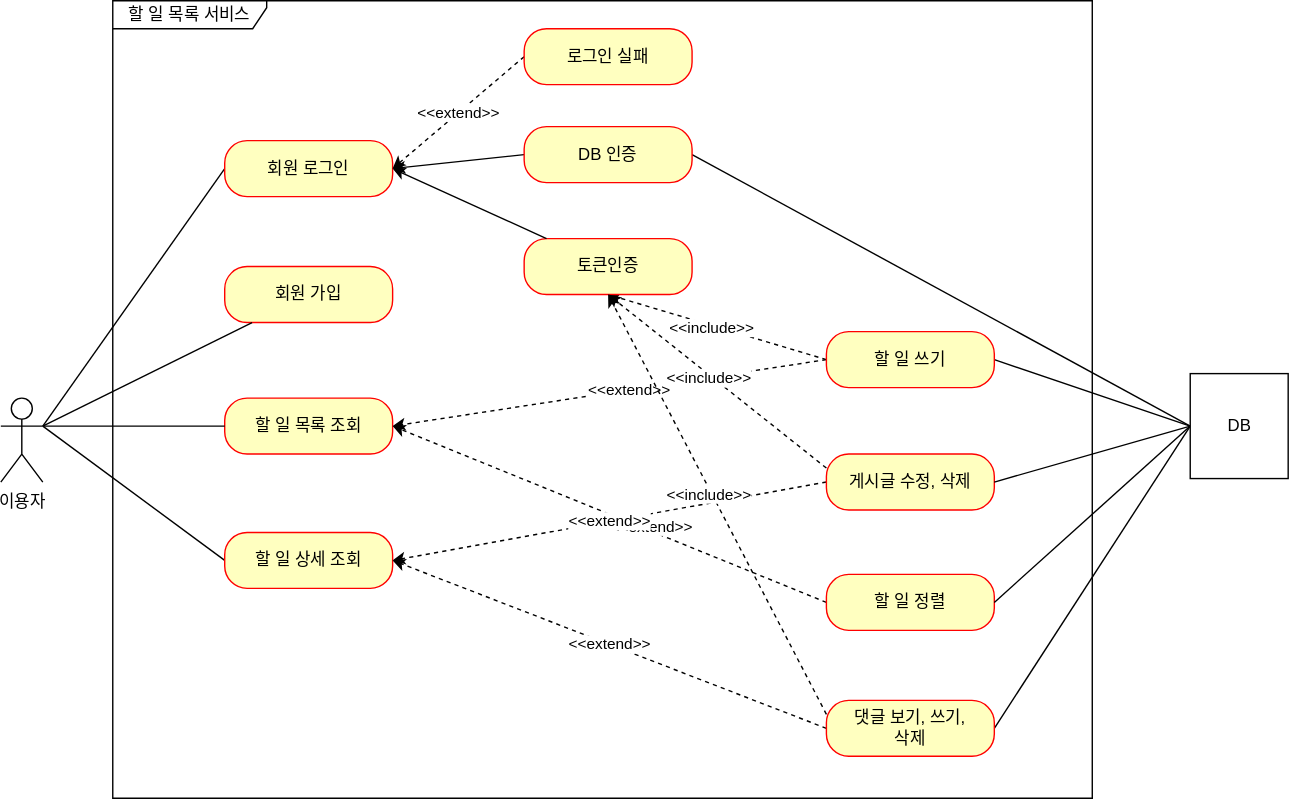
The draw.io diagram document/to-do-list-use-case.svg in Kminss/to-do-list, before a commit. Source tidied: cells renumbered, new cells last; positions are measured from the earlier drawing's top-left corner, leaving out a move shared by most shapes. Source of this version:
```xml
<mxGraphModel>
  <root>
    <mxCell id="0" />
    <mxCell id="1" parent="0" />
    <mxCell id="2" value="이용자" style="shape=umlActor;verticalLabelPosition=bottom;verticalAlign=top;html=1;" parent="1" vertex="1">
      <mxGeometry y="284" width="30" height="60" as="geometry" />
    </mxCell>
    <mxCell id="3" value="할 일 목록 서비스" style="shape=umlFrame;whiteSpace=wrap;html=1;width=110;height=20;" parent="1" vertex="1">
      <mxGeometry x="80" width="700" height="570" as="geometry" />
    </mxCell>
    <mxCell id="4" value="할 일 목록 조회" style="rounded=1;whiteSpace=wrap;html=1;arcSize=40;fontColor=#000000;fillColor=#ffffc0;strokeColor=#ff0000;" parent="1" vertex="1">
      <mxGeometry x="160" y="284" width="120" height="40" as="geometry" />
    </mxCell>
    <mxCell id="5" style="edgeStyle=none;rounded=0;jettySize=auto;html=1;entryX=1;entryY=0.3333333333333333;entryDx=0;entryDy=0;entryPerimeter=0;endArrow=none;endFill=0;" parent="1" edge="1" source="4" target="2">
      <mxGeometry relative="1" as="geometry" />
    </mxCell>
    <mxCell id="6" style="edgeStyle=none;rounded=0;jettySize=auto;html=1;exitX=0;exitY=0.5;exitDx=0;exitDy=0;endArrow=none;endFill=0;" parent="1" edge="1" source="7">
      <mxGeometry relative="1" as="geometry">
        <mxPoint x="30" y="304" as="targetPoint" />
      </mxGeometry>
    </mxCell>
    <mxCell id="7" value="할 일 상세 조회" style="rounded=1;whiteSpace=wrap;html=1;arcSize=40;fontColor=#000000;fillColor=#ffffc0;strokeColor=#ff0000;" parent="1" vertex="1">
      <mxGeometry x="160" y="380" width="120" height="40" as="geometry" />
    </mxCell>
    <mxCell id="8" style="edgeStyle=none;rounded=0;jettySize=auto;html=1;exitX=0;exitY=0.5;exitDx=0;exitDy=0;endArrow=none;endFill=0;" parent="1" edge="1" source="9">
      <mxGeometry relative="1" as="geometry">
        <mxPoint x="30" y="304" as="targetPoint" />
      </mxGeometry>
    </mxCell>
    <mxCell id="9" value="회원 로그인" style="rounded=1;whiteSpace=wrap;html=1;arcSize=40;fontColor=#000000;fillColor=#ffffc0;strokeColor=#ff0000;" parent="1" vertex="1">
      <mxGeometry x="160" y="100" width="120" height="40" as="geometry" />
    </mxCell>
    <mxCell id="10" style="edgeStyle=none;rounded=0;jettySize=auto;html=1;exitX=1;exitY=0.5;exitDx=0;exitDy=0;entryX=0;entryY=0.5;entryDx=0;entryDy=0;endArrow=none;endFill=0;" parent="1" edge="1" source="12" target="27">
      <mxGeometry relative="1" as="geometry" />
    </mxCell>
    <mxCell id="11" style="edgeStyle=none;rounded=0;jettySize=auto;html=1;exitX=0;exitY=0.5;exitDx=0;exitDy=0;entryX=1;entryY=0.5;entryDx=0;entryDy=0;endArrow=classic;endFill=1;" parent="1" edge="1" source="12" target="9">
      <mxGeometry relative="1" as="geometry" />
    </mxCell>
    <mxCell id="12" value="DB 인증" style="rounded=1;whiteSpace=wrap;html=1;arcSize=40;fontColor=#000000;fillColor=#ffffc0;strokeColor=#ff0000;" parent="1" vertex="1">
      <mxGeometry x="374" y="90" width="120" height="40" as="geometry" />
    </mxCell>
    <mxCell id="13" value="&amp;lt;&amp;lt;extend&amp;gt;&amp;gt;" style="edgeStyle=none;rounded=0;jettySize=auto;html=1;exitX=0;exitY=0.5;exitDx=0;exitDy=0;entryX=1;entryY=0.5;entryDx=0;entryDy=0;endArrow=classic;endFill=1;dashed=1;" parent="1" edge="1" source="14" target="9">
      <mxGeometry relative="1" as="geometry" />
    </mxCell>
    <mxCell id="14" value="로그인 실패" style="rounded=1;whiteSpace=wrap;html=1;arcSize=40;fontColor=#000000;fillColor=#ffffc0;strokeColor=#ff0000;" parent="1" vertex="1">
      <mxGeometry x="374" y="20" width="120" height="40" as="geometry" />
    </mxCell>
    <mxCell id="15" style="edgeStyle=none;rounded=0;jettySize=auto;html=1;exitX=0;exitY=0.5;exitDx=0;exitDy=0;entryX=1;entryY=0.5;entryDx=0;entryDy=0;dashed=1;endArrow=classic;endFill=1;" parent="1" edge="1" source="17" target="4">
      <mxGeometry relative="1" as="geometry" />
    </mxCell>
    <mxCell id="16" value="&amp;lt;&amp;lt;extend&amp;gt;&amp;gt;" style="edgeLabel;html=1;align=center;verticalAlign=middle;" parent="15" vertex="1">
      <mxGeometry x="-0.18" y="-3" relative="1" as="geometry" />
    </mxCell>
    <mxCell id="17" value="할 일 정렬" style="rounded=1;whiteSpace=wrap;html=1;arcSize=40;fontColor=#000000;fillColor=#ffffc0;strokeColor=#ff0000;" parent="1" vertex="1">
      <mxGeometry x="590" y="410" width="120" height="40" as="geometry" />
    </mxCell>
    <mxCell id="18" value="&amp;lt;&amp;lt;extend&amp;gt;&amp;gt;" style="edgeStyle=none;rounded=0;jettySize=auto;html=1;exitX=0;exitY=0.5;exitDx=0;exitDy=0;entryX=1;entryY=0.5;entryDx=0;entryDy=0;dashed=1;endArrow=classic;endFill=1;" parent="1" edge="1" source="19" target="7">
      <mxGeometry relative="1" as="geometry" />
    </mxCell>
    <mxCell id="19" value="게시글 수정, 삭제" style="rounded=1;whiteSpace=wrap;html=1;arcSize=40;fontColor=#000000;fillColor=#ffffc0;strokeColor=#ff0000;" parent="1" vertex="1">
      <mxGeometry x="590" y="324" width="120" height="40" as="geometry" />
    </mxCell>
    <mxCell id="20" style="edgeStyle=none;rounded=0;jettySize=auto;html=1;exitX=0;exitY=0.5;exitDx=0;exitDy=0;dashed=1;endArrow=classic;endFill=1;entryX=1;entryY=0.5;entryDx=0;entryDy=0;" parent="1" edge="1" source="23" target="7">
      <mxGeometry relative="1" as="geometry" />
    </mxCell>
    <mxCell id="21" value="&amp;lt;&amp;lt;extend&amp;gt;&amp;gt;" style="edgeLabel;html=1;align=center;verticalAlign=middle;" parent="20" vertex="1">
      <mxGeometry x="0.01" relative="1" as="geometry" />
    </mxCell>
    <mxCell id="22" style="edgeStyle=none;rounded=0;jettySize=auto;html=1;exitX=1;exitY=0.5;exitDx=0;exitDy=0;endArrow=none;endFill=0;entryX=0;entryY=0.5;entryDx=0;entryDy=0;" parent="1" edge="1" source="23" target="27">
      <mxGeometry relative="1" as="geometry" />
    </mxCell>
    <mxCell id="23" value="댓글 보기, 쓰기,&lt;br&gt;삭제" style="rounded=1;whiteSpace=wrap;html=1;arcSize=40;fontColor=#000000;fillColor=#ffffc0;strokeColor=#ff0000;" parent="1" vertex="1">
      <mxGeometry x="590" y="500" width="120" height="40" as="geometry" />
    </mxCell>
    <mxCell id="24" style="edgeStyle=none;rounded=0;jettySize=auto;html=1;exitX=0;exitY=0.5;exitDx=0;exitDy=0;entryX=1;entryY=0.5;entryDx=0;entryDy=0;endArrow=none;endFill=0;" parent="1" edge="1" source="27" target="19">
      <mxGeometry relative="1" as="geometry" />
    </mxCell>
    <mxCell id="25" style="edgeStyle=none;rounded=0;jettySize=auto;html=1;exitX=0;exitY=0.5;exitDx=0;exitDy=0;entryX=1;entryY=0.5;entryDx=0;entryDy=0;endArrow=none;endFill=0;" parent="1" edge="1" source="27" target="17">
      <mxGeometry relative="1" as="geometry" />
    </mxCell>
    <mxCell id="26" style="edgeStyle=none;rounded=0;jettySize=auto;html=1;exitX=0;exitY=0.5;exitDx=0;exitDy=0;entryX=1;entryY=0.5;entryDx=0;entryDy=0;endArrow=none;endFill=0;" parent="1" edge="1" source="27" target="33">
      <mxGeometry relative="1" as="geometry" />
    </mxCell>
    <mxCell id="27" value="DB" style="html=1;" parent="1" vertex="1">
      <mxGeometry x="850" y="266.5" width="70" height="75" as="geometry" />
    </mxCell>
    <mxCell id="28" style="edgeStyle=none;rounded=0;orthogonalLoop=1;jettySize=auto;html=1;exitX=0;exitY=0.5;exitDx=0;exitDy=0;" parent="1" edge="1">
      <mxGeometry relative="1" as="geometry">
        <mxPoint x="600" y="478" as="sourcePoint" />
        <mxPoint x="600" y="478" as="targetPoint" />
      </mxGeometry>
    </mxCell>
    <mxCell id="29" style="edgeStyle=none;rounded=0;jettySize=auto;html=1;exitX=0;exitY=0.5;exitDx=0;exitDy=0;entryX=1;entryY=0.5;entryDx=0;entryDy=0;dashed=1;" parent="1" edge="1" source="33" target="4">
      <mxGeometry relative="1" as="geometry" />
    </mxCell>
    <mxCell id="30" value="&amp;lt;&amp;lt;extend&amp;gt;&amp;gt;" style="edgeLabel;html=1;align=center;verticalAlign=middle;" parent="29" vertex="1">
      <mxGeometry x="-0.09" y="-1" relative="1" as="geometry" />
    </mxCell>
    <mxCell id="31" style="edgeStyle=none;rounded=0;jettySize=auto;html=1;exitX=0;exitY=0.5;exitDx=0;exitDy=0;endArrow=classic;endFill=1;dashed=1;entryX=0.5;entryY=1;entryDx=0;entryDy=0;" parent="1" edge="1" source="33" target="36">
      <mxGeometry relative="1" as="geometry" />
    </mxCell>
    <mxCell id="32" value="&amp;lt;&amp;lt;include&amp;gt;&amp;gt;" style="edgeLabel;html=1;align=center;verticalAlign=middle;" parent="31" vertex="1">
      <mxGeometry x="0.06" y="2" relative="1" as="geometry" />
    </mxCell>
    <mxCell id="33" value="할 일 쓰기" style="rounded=1;whiteSpace=wrap;html=1;arcSize=40;fontColor=#000000;fillColor=#ffffc0;strokeColor=#ff0000;" parent="1" vertex="1">
      <mxGeometry x="590" y="236.5" width="120" height="40" as="geometry" />
    </mxCell>
    <mxCell id="34" value="회원 가입" style="rounded=1;whiteSpace=wrap;html=1;arcSize=40;fontColor=#000000;fillColor=#ffffc0;strokeColor=#ff0000;" parent="1" vertex="1">
      <mxGeometry x="160" y="190" width="120" height="40" as="geometry" />
    </mxCell>
    <mxCell id="35" style="edgeStyle=none;rounded=0;jettySize=auto;html=1;entryX=1;entryY=0.3333333333333333;entryDx=0;entryDy=0;entryPerimeter=0;endArrow=none;endFill=0;" parent="1" edge="1" source="34" target="2">
      <mxGeometry relative="1" as="geometry" />
    </mxCell>
    <mxCell id="36" value="토큰인증" style="rounded=1;whiteSpace=wrap;html=1;arcSize=40;fontColor=#000000;fillColor=#ffffc0;strokeColor=#ff0000;" parent="1" vertex="1">
      <mxGeometry x="374" y="170" width="120" height="40" as="geometry" />
    </mxCell>
    <mxCell id="37" style="edgeStyle=none;rounded=0;jettySize=auto;html=1;endArrow=classic;endFill=1;entryX=1;entryY=0.5;entryDx=0;entryDy=0;" parent="1" edge="1" source="36" target="9">
      <mxGeometry relative="1" as="geometry" />
    </mxCell>
    <mxCell id="38" style="edgeStyle=none;rounded=0;jettySize=auto;html=1;endArrow=classic;endFill=1;dashed=1;exitX=0;exitY=0.25;exitDx=0;exitDy=0;entryX=0.5;entryY=1;entryDx=0;entryDy=0;" parent="1" edge="1" source="19" target="36">
      <mxGeometry relative="1" as="geometry" />
    </mxCell>
    <mxCell id="39" value="&amp;lt;&amp;lt;include&amp;gt;&amp;gt;" style="edgeLabel;html=1;align=center;verticalAlign=middle;" parent="38" vertex="1">
      <mxGeometry x="0.06" y="2" relative="1" as="geometry" />
    </mxCell>
    <mxCell id="40" style="edgeStyle=none;rounded=0;jettySize=auto;html=1;endArrow=classic;endFill=1;dashed=1;entryX=0.5;entryY=1;entryDx=0;entryDy=0;exitX=0;exitY=0.25;exitDx=0;exitDy=0;" parent="1" edge="1" source="23" target="36">
      <mxGeometry relative="1" as="geometry" />
    </mxCell>
    <mxCell id="41" value="&amp;lt;&amp;lt;include&amp;gt;&amp;gt;" style="edgeLabel;html=1;align=center;verticalAlign=middle;" parent="40" vertex="1">
      <mxGeometry x="0.06" y="2" relative="1" as="geometry" />
    </mxCell>
  </root>
</mxGraphModel>
```
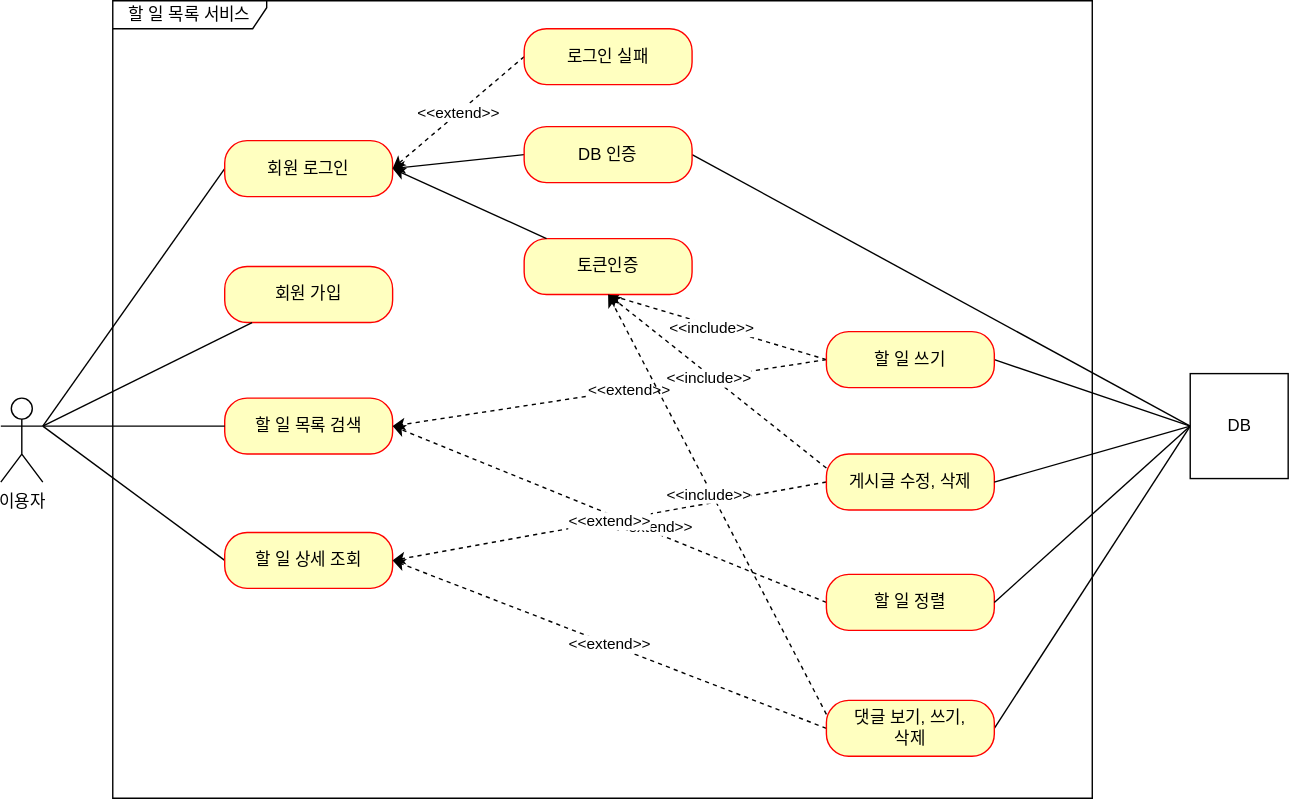
After the commit.

Commit message:
Refactor: jpa 테이블 생성 정책 변경, UseCase 수정

Diff of the diagram source:
```diff
@@ -8,7 +8,7 @@
     <mxCell id="3" value="할 일 목록 서비스" style="shape=umlFrame;whiteSpace=wrap;html=1;width=110;height=20;" parent="1" vertex="1">
       <mxGeometry x="80" width="700" height="570" as="geometry" />
     </mxCell>
-    <mxCell id="4" value="할 일 목록 조회" style="rounded=1;whiteSpace=wrap;html=1;arcSize=40;fontColor=#000000;fillColor=#ffffc0;strokeColor=#ff0000;" parent="1" vertex="1">
+    <mxCell id="4" value="할 일 목록 검색" style="rounded=1;whiteSpace=wrap;html=1;arcSize=40;fontColor=#000000;fillColor=#ffffc0;strokeColor=#ff0000;" parent="1" vertex="1">
       <mxGeometry x="160" y="284" width="120" height="40" as="geometry" />
     </mxCell>
     <mxCell id="5" style="edgeStyle=none;rounded=0;jettySize=auto;html=1;entryX=1;entryY=0.3333333333333333;entryDx=0;entryDy=0;entryPerimeter=0;endArrow=none;endFill=0;" parent="1" edge="1" source="4" target="2">
```
